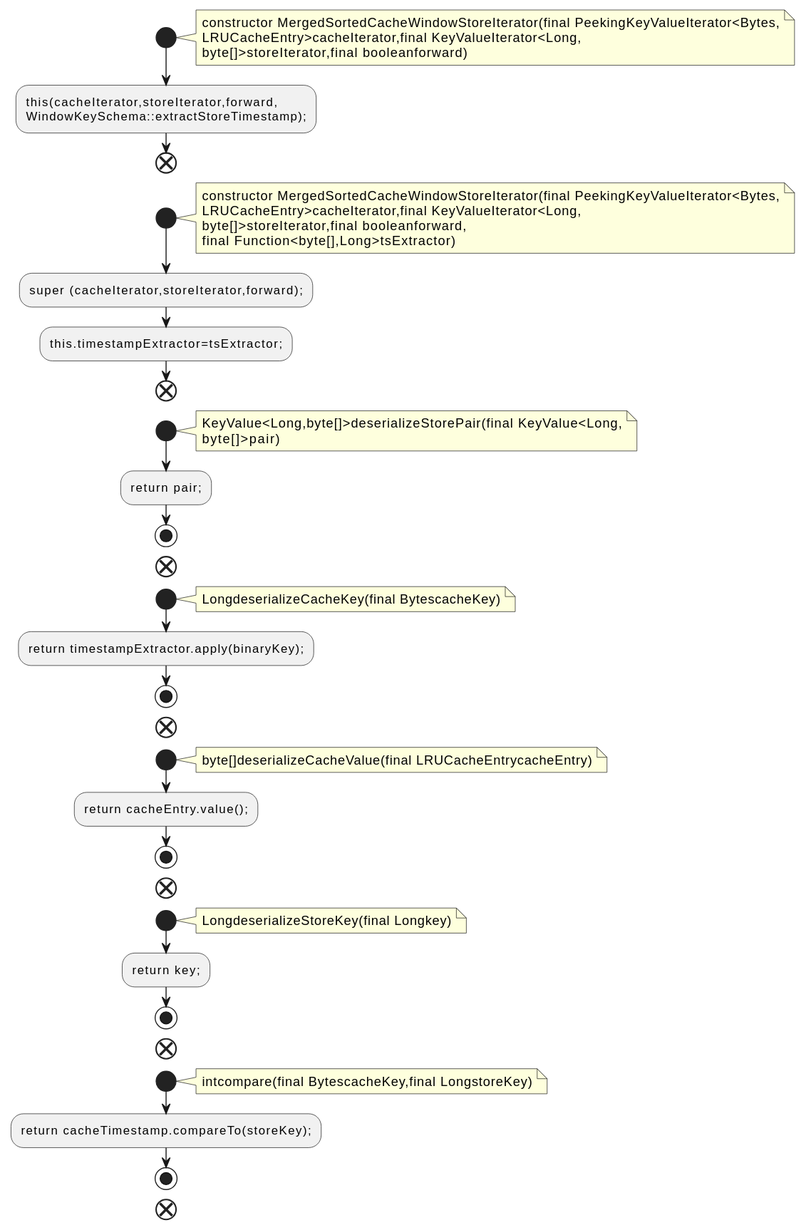
Above: docs/qc/streams/src/main/java/org/apache/kafka/streams/state/internals/MergedSortedCacheWindowStoreIterator.java.fct.svg in qualitesys/kafka (PlantUML), before the change.
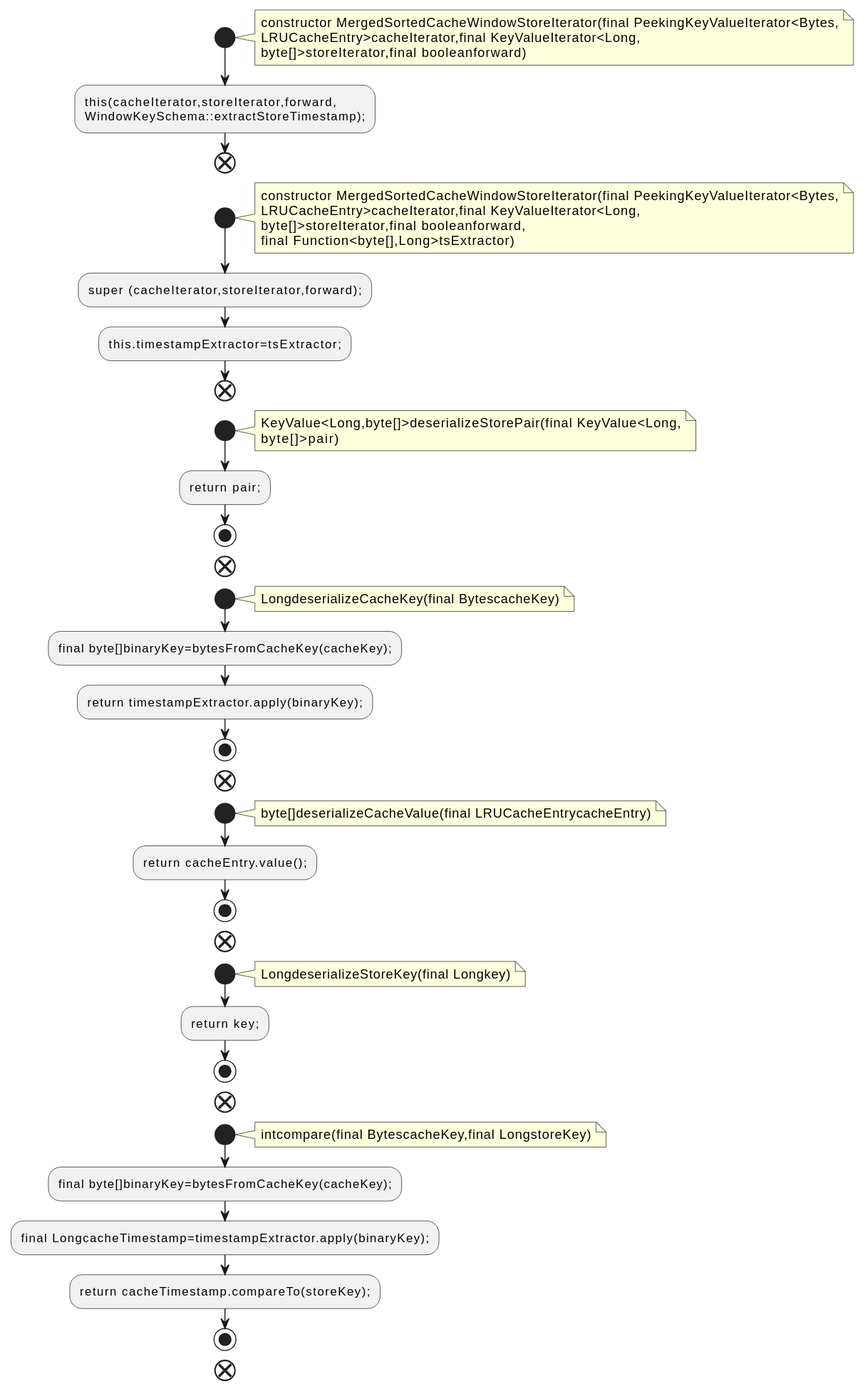
The same diagram one commit later.

The edit, as a diff of the source:
```diff
@@ -31,6 +31,7 @@
 note right
 LongdeserializeCacheKey(final BytescacheKey)
 end note
+:final byte[]binaryKey=bytesFromCacheKey(cacheKey);;
 :return timestampExtractor.apply(binaryKey);;
 stop
 end
@@ -52,6 +53,8 @@
 note right
 intcompare(final BytescacheKey,final LongstoreKey)
 end note
+:final byte[]binaryKey=bytesFromCacheKey(cacheKey);;
+:final LongcacheTimestamp=timestampExtractor.apply(binaryKey);;
 :return cacheTimestamp.compareTo(storeKey);;
 stop
 end
```
